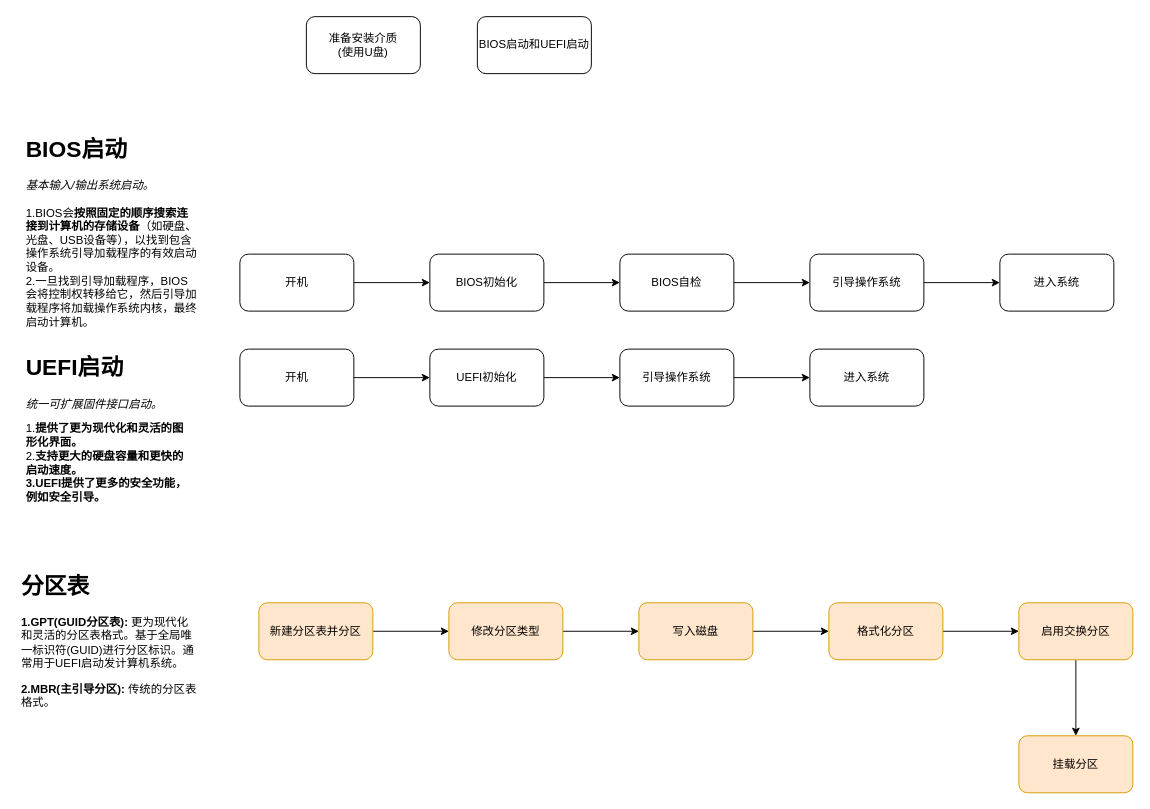
Above: page "第 3 页" (3 of 3) of Java/temp.drawio in Sstmtz/draw.io- (draw.io), before the change. Source tidied: cells renumbered, new cells numbered last; positions are measured from the earlier drawing's top-left corner, leaving out a move shared by most shapes. Both pictures are drawn from the tidied source at 95%, with x=0, y=0 at pixel (16, 16).
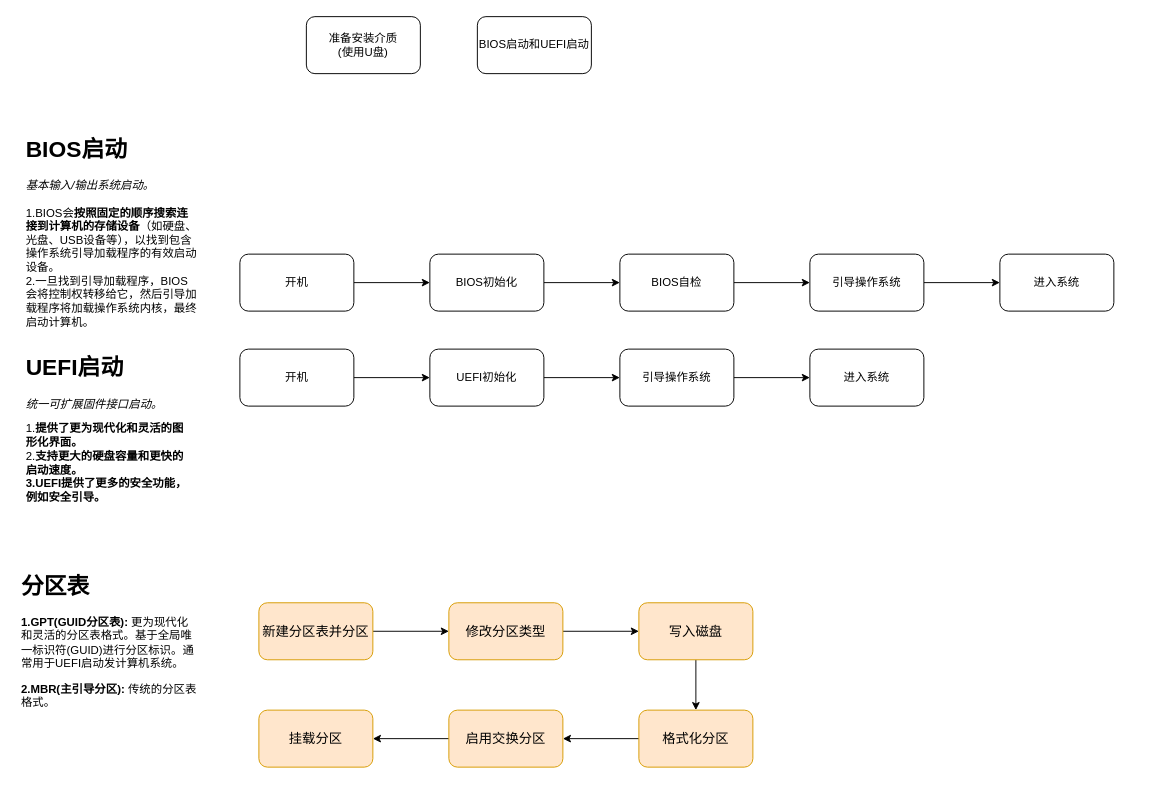
Above is the later version.

Diff of the diagram source:
```diff
@@
-    <mxCell id="24" value="新建分区表并分区" style="rounded=1;whiteSpace=wrap;html=1;fillColor=#ffe6cc;strokeColor=#d79b00;" parent="1" vertex="1">
+    <mxCell id="24" value="&lt;font style=&quot;font-size: 14px;&quot;&gt;新建分区表并分区&lt;/font&gt;" style="rounded=1;whiteSpace=wrap;html=1;fillColor=#ffe6cc;strokeColor=#d79b00;" parent="1" vertex="1">
       <mxGeometry x="255" y="617" width="120" height="60" as="geometry" />
     </mxCell>
@@
-    <mxCell id="26" value="修改分区类型" style="rounded=1;whiteSpace=wrap;html=1;fillColor=#ffe6cc;strokeColor=#d79b00;" parent="1" vertex="1">
+    <mxCell id="26" value="&lt;font style=&quot;font-size: 14px;&quot;&gt;修改分区类型&lt;/font&gt;" style="rounded=1;whiteSpace=wrap;html=1;fillColor=#ffe6cc;strokeColor=#d79b00;" parent="1" vertex="1">
       <mxGeometry x="455" y="617" width="120" height="60" as="geometry" />
     </mxCell>
@@
-    <mxCell id="28" value="写入磁盘" style="rounded=1;whiteSpace=wrap;html=1;fillColor=#ffe6cc;strokeColor=#d79b00;" parent="1" vertex="1">
+    <mxCell id="28" value="&lt;font style=&quot;font-size: 14px;&quot;&gt;写入磁盘&lt;/font&gt;" style="rounded=1;whiteSpace=wrap;html=1;fillColor=#ffe6cc;strokeColor=#d79b00;" parent="1" vertex="1">
       <mxGeometry x="655" y="617" width="120" height="60" as="geometry" />
     </mxCell>
@@
-    <mxCell id="30" value="格式化分区" style="rounded=1;whiteSpace=wrap;html=1;fillColor=#ffe6cc;strokeColor=#d79b00;" parent="1" vertex="1">
-      <mxGeometry x="855" y="617" width="120" height="60" as="geometry" />
+    <mxCell id="30" value="&lt;font style=&quot;font-size: 14px;&quot;&gt;格式化分区&lt;/font&gt;" style="rounded=1;whiteSpace=wrap;html=1;fillColor=#ffe6cc;strokeColor=#d79b00;" parent="1" vertex="1">
+      <mxGeometry x="655" y="730" width="120" height="60" as="geometry" />
     </mxCell>
@@
-    <mxCell id="32" value="启用交换分区" style="rounded=1;whiteSpace=wrap;html=1;fillColor=#ffe6cc;strokeColor=#d79b00;" parent="1" vertex="1">
-      <mxGeometry x="1055" y="617" width="120" height="60" as="geometry" />
+    <mxCell id="32" value="&lt;font style=&quot;font-size: 14px;&quot;&gt;启用交换分区&lt;/font&gt;" style="rounded=1;whiteSpace=wrap;html=1;fillColor=#ffe6cc;strokeColor=#d79b00;" parent="1" vertex="1">
+      <mxGeometry x="455" y="730" width="120" height="60" as="geometry" />
     </mxCell>
-    <mxCell id="33" value="挂载分区" style="rounded=1;whiteSpace=wrap;html=1;fillColor=#ffe6cc;strokeColor=#d79b00;" parent="1" vertex="1">
-      <mxGeometry x="1055" y="757" width="120" height="60" as="geometry" />
+    <mxCell id="33" value="&lt;font style=&quot;font-size: 14px;&quot;&gt;挂载分区&lt;/font&gt;" style="rounded=1;whiteSpace=wrap;html=1;fillColor=#ffe6cc;strokeColor=#d79b00;" parent="1" vertex="1">
+      <mxGeometry x="255" y="730" width="120" height="60" as="geometry" />
     </mxCell>
```
